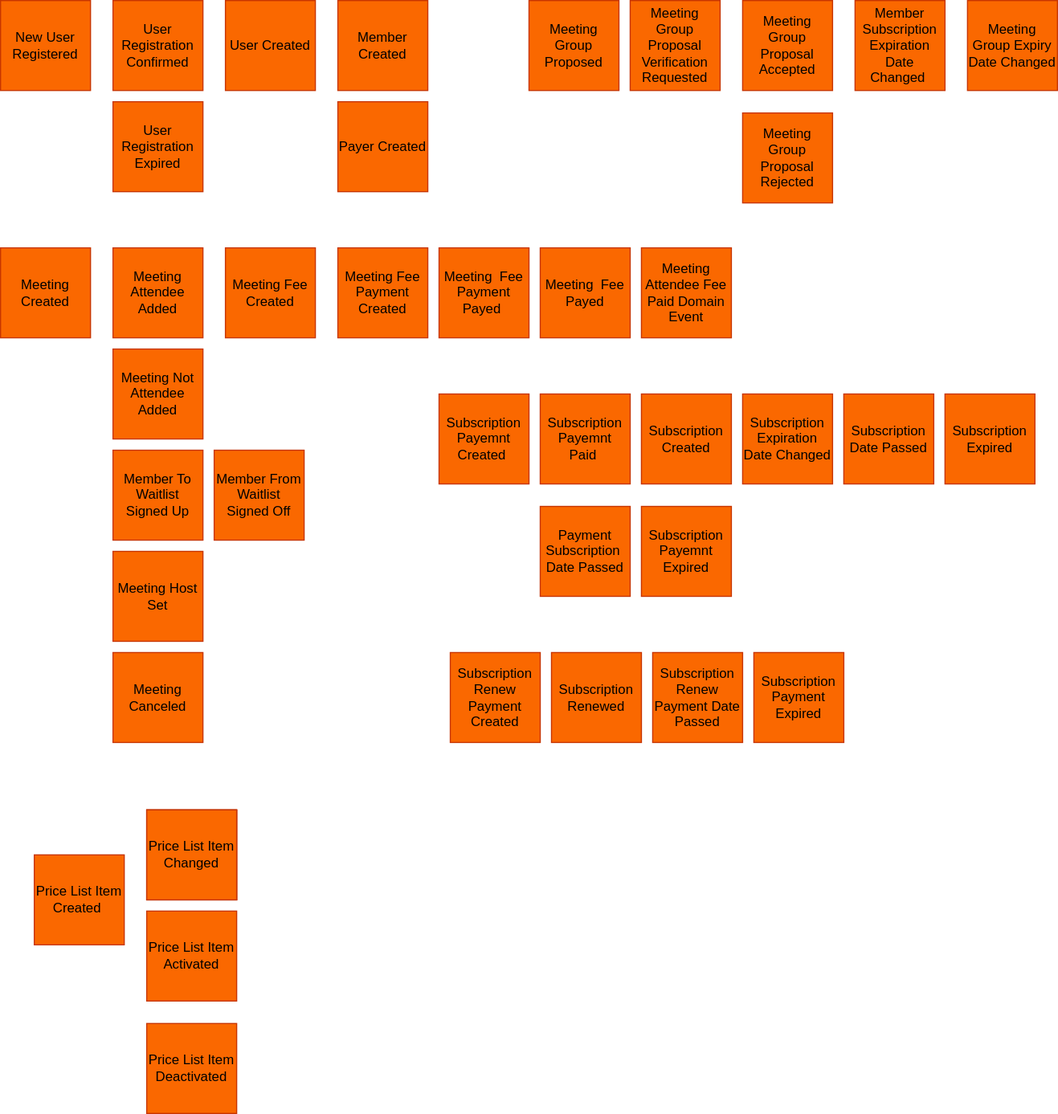
The draw.io diagram Images/EventStorming/1_排事件.svg in ephebe/EventStormingPractice, before a commit. Source tidied: cells renumbered, new cells last; positions are measured from the earlier drawing's top-left corner, leaving out a move shared by most shapes.
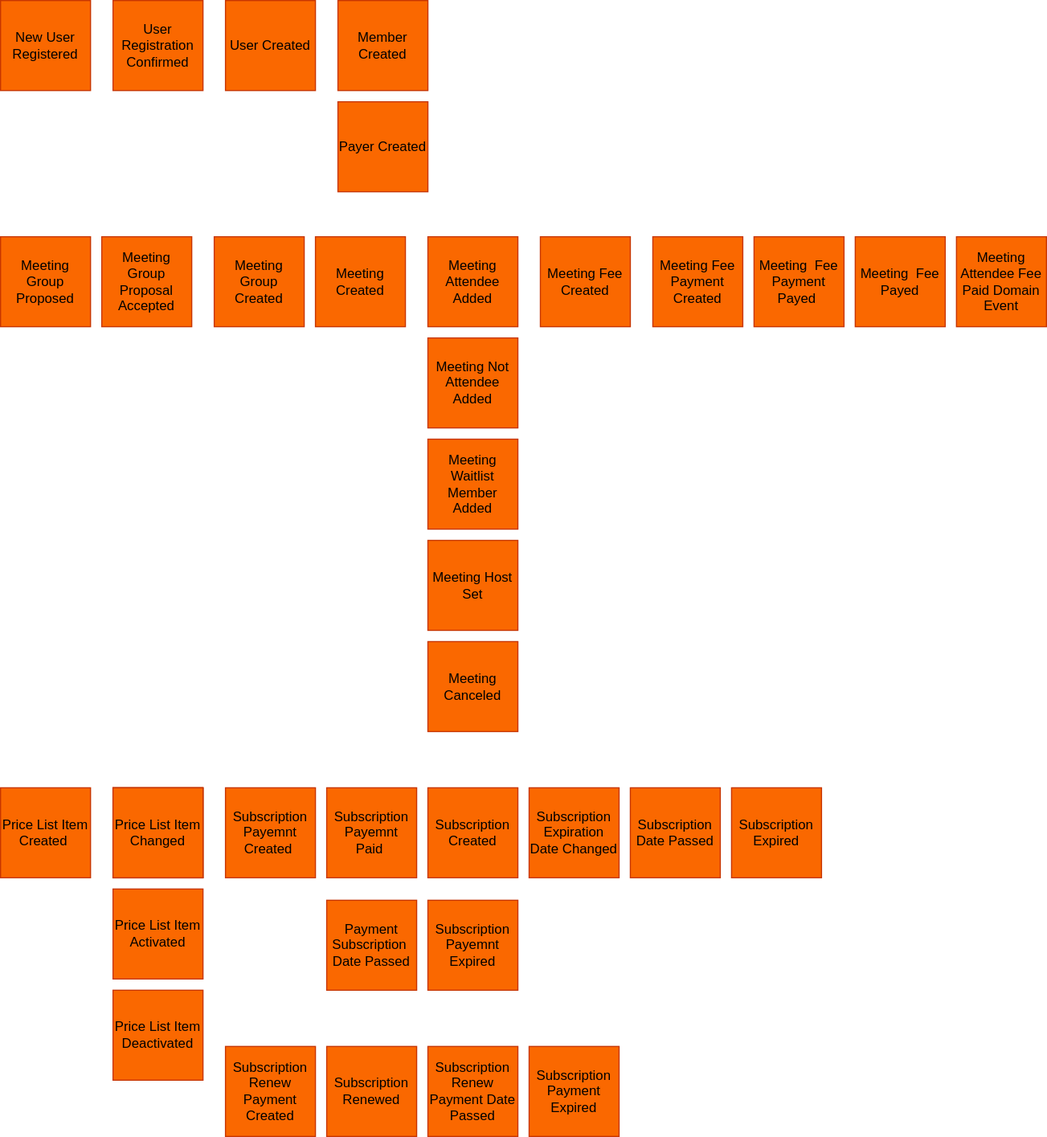
The same file after the commit.

Change to the diagram source:
```diff
@@ -8,125 +8,110 @@
     <mxCell id="3" value="&lt;span style=&quot;color: rgb(0 , 0 , 0)&quot;&gt;User Registration Confirmed&lt;/span&gt;" style="whiteSpace=wrap;html=1;fontColor=#000000;fillColor=#fa6800;strokeColor=#C73500;" parent="1" vertex="1">
       <mxGeometry x="100" width="80" height="80" as="geometry" />
     </mxCell>
-    <mxCell id="4" value="&lt;span style=&quot;color: rgb(0 , 0 , 0)&quot;&gt;User Registration Expired&lt;/span&gt;" style="whiteSpace=wrap;html=1;fontColor=#000000;fillColor=#fa6800;strokeColor=#C73500;" parent="1" vertex="1">
-      <mxGeometry x="100" y="90" width="80" height="80" as="geometry" />
-    </mxCell>
     <mxCell id="5" value="&lt;span style=&quot;color: rgb(0 , 0 , 0)&quot;&gt;User Created&lt;/span&gt;" style="whiteSpace=wrap;html=1;fontColor=#000000;fillColor=#fa6800;strokeColor=#C73500;" parent="1" vertex="1">
       <mxGeometry x="200" width="80" height="80" as="geometry" />
     </mxCell>
     <mxCell id="6" value="&lt;span style=&quot;color: rgb(0 , 0 , 0)&quot;&gt;Meeting Created&lt;/span&gt;" style="whiteSpace=wrap;html=1;fontColor=#000000;fillColor=#fa6800;strokeColor=#C73500;" parent="1" vertex="1">
-      <mxGeometry y="220" width="80" height="80" as="geometry" />
+      <mxGeometry x="280" y="210" width="80" height="80" as="geometry" />
     </mxCell>
-    <mxCell id="7" value="&lt;span style=&quot;color: rgb(0 , 0 , 0)&quot;&gt;Meeting Group Proposal Verification Requested&lt;/span&gt;" style="whiteSpace=wrap;html=1;fontColor=#000000;fillColor=#fa6800;strokeColor=#C73500;" parent="1" vertex="1">
-      <mxGeometry x="560" width="80" height="80" as="geometry" />
-    </mxCell>
     <mxCell id="8" value="&lt;span style=&quot;color: rgb(0 , 0 , 0)&quot;&gt;Meeting Group Proposal Accepted&lt;/span&gt;" style="whiteSpace=wrap;html=1;fontColor=#000000;fillColor=#fa6800;strokeColor=#C73500;" parent="1" vertex="1">
-      <mxGeometry x="660" width="80" height="80" as="geometry" />
+      <mxGeometry x="90" y="210" width="80" height="80" as="geometry" />
     </mxCell>
-    <mxCell id="9" value="&lt;span style=&quot;color: rgb(0 , 0 , 0)&quot;&gt;Meeting Group Proposal Rejected&lt;/span&gt;" style="whiteSpace=wrap;html=1;fontColor=#000000;fillColor=#fa6800;strokeColor=#C73500;" parent="1" vertex="1">
-      <mxGeometry x="660" y="100" width="80" height="80" as="geometry" />
-    </mxCell>
     <mxCell id="10" value="&lt;span style=&quot;color: rgb(0 , 0 , 0)&quot;&gt;Member Created&lt;/span&gt;" style="whiteSpace=wrap;html=1;fontColor=#000000;fillColor=#fa6800;strokeColor=#C73500;" parent="1" vertex="1">
       <mxGeometry x="300" width="80" height="80" as="geometry" />
     </mxCell>
     <mxCell id="11" value="&lt;span style=&quot;color: rgb(0 , 0 , 0)&quot;&gt;Meeting Attendee Added&lt;/span&gt;" style="whiteSpace=wrap;html=1;fillColor=#fa6800;fontColor=#000000;strokeColor=#C73500;" parent="1" vertex="1">
-      <mxGeometry x="100" y="220" width="80" height="80" as="geometry" />
+      <mxGeometry x="380" y="210" width="80" height="80" as="geometry" />
     </mxCell>
-    <mxCell id="12" value="&lt;span style=&quot;color: rgb(0 , 0 , 0)&quot;&gt;Member To Waitlist Signed Up&lt;/span&gt;" style="whiteSpace=wrap;html=1;fillColor=#fa6800;fontColor=#000000;strokeColor=#C73500;" parent="1" vertex="1">
-      <mxGeometry x="100" y="400" width="80" height="80" as="geometry" />
+    <mxCell id="12" value="Meeting&lt;br&gt;Waitlist&lt;br&gt;Member&lt;br&gt;Added" style="whiteSpace=wrap;html=1;fillColor=#fa6800;fontColor=#000000;strokeColor=#C73500;" parent="1" vertex="1">
+      <mxGeometry x="380" y="390" width="80" height="80" as="geometry" />
     </mxCell>
-    <mxCell id="13" value="&lt;span style=&quot;color: rgb(0 , 0 , 0)&quot;&gt;Member From Waitlist Signed Off&lt;/span&gt;" style="whiteSpace=wrap;html=1;fillColor=#fa6800;fontColor=#000000;strokeColor=#C73500;" parent="1" vertex="1">
-      <mxGeometry x="190" y="400" width="80" height="80" as="geometry" />
-    </mxCell>
     <mxCell id="14" value="&lt;span style=&quot;color: rgb(0 , 0 , 0)&quot;&gt;Meeting Not Attendee Added&lt;/span&gt;" style="whiteSpace=wrap;html=1;fillColor=#fa6800;fontColor=#000000;strokeColor=#C73500;" parent="1" vertex="1">
-      <mxGeometry x="100" y="310" width="80" height="80" as="geometry" />
+      <mxGeometry x="380" y="300" width="80" height="80" as="geometry" />
     </mxCell>
     <mxCell id="15" value="&lt;span style=&quot;color: rgb(0 , 0 , 0)&quot;&gt;Meeting Host Set&lt;/span&gt;" style="whiteSpace=wrap;html=1;fillColor=#fa6800;fontColor=#000000;strokeColor=#C73500;" parent="1" vertex="1">
-      <mxGeometry x="100" y="490" width="80" height="80" as="geometry" />
+      <mxGeometry x="380" y="480" width="80" height="80" as="geometry" />
     </mxCell>
     <mxCell id="16" value="&lt;span style=&quot;color: rgb(0 , 0 , 0)&quot;&gt;Meeting Canceled&lt;/span&gt;" style="whiteSpace=wrap;html=1;fillColor=#fa6800;fontColor=#000000;strokeColor=#C73500;" parent="1" vertex="1">
-      <mxGeometry x="100" y="580" width="80" height="80" as="geometry" />
+      <mxGeometry x="380" y="570" width="80" height="80" as="geometry" />
     </mxCell>
     <mxCell id="17" value="&lt;span style=&quot;color: rgb(0 , 0 , 0)&quot;&gt;Payer Created&lt;/span&gt;" style="whiteSpace=wrap;html=1;fillColor=#fa6800;fontColor=#000000;strokeColor=#C73500;" parent="1" vertex="1">
       <mxGeometry x="300" y="90" width="80" height="80" as="geometry" />
     </mxCell>
     <mxCell id="18" value="&lt;span style=&quot;color: rgb(0 , 0 , 0)&quot;&gt;Meeting&amp;nbsp; Fee Payment Payed&amp;nbsp;&lt;/span&gt;" style="whiteSpace=wrap;html=1;fillColor=#fa6800;fontColor=#000000;strokeColor=#C73500;" parent="1" vertex="1">
-      <mxGeometry x="390" y="220" width="80" height="80" as="geometry" />
+      <mxGeometry x="670" y="210" width="80" height="80" as="geometry" />
     </mxCell>
     <mxCell id="19" value="&lt;span style=&quot;color: rgb(0 , 0 , 0)&quot;&gt;Meeting&amp;nbsp; Fee Payed&lt;/span&gt;" style="whiteSpace=wrap;html=1;fillColor=#fa6800;fontColor=#000000;strokeColor=#C73500;" parent="1" vertex="1">
-      <mxGeometry x="480" y="220" width="80" height="80" as="geometry" />
+      <mxGeometry x="760" y="210" width="80" height="80" as="geometry" />
     </mxCell>
     <mxCell id="20" value="&lt;span style=&quot;color: rgb(0 , 0 , 0)&quot;&gt;Meeting Group Proposed&lt;/span&gt;" style="whiteSpace=wrap;html=1;fillColor=#fa6800;fontColor=#000000;strokeColor=#C73500;" parent="1" vertex="1">
-      <mxGeometry x="470" width="80" height="80" as="geometry" />
+      <mxGeometry y="210" width="80" height="80" as="geometry" />
     </mxCell>
     <mxCell id="21" value="Meeting Fee Created" style="whiteSpace=wrap;html=1;fillColor=#fa6800;fontColor=#000000;strokeColor=#C73500;" parent="1" vertex="1">
-      <mxGeometry x="200" y="220" width="80" height="80" as="geometry" />
+      <mxGeometry x="480" y="210" width="80" height="80" as="geometry" />
     </mxCell>
     <mxCell id="22" value="Meeting Fee Payment Created" style="whiteSpace=wrap;html=1;fillColor=#fa6800;fontColor=#000000;strokeColor=#C73500;" parent="1" vertex="1">
-      <mxGeometry x="300" y="220" width="80" height="80" as="geometry" />
+      <mxGeometry x="580" y="210" width="80" height="80" as="geometry" />
     </mxCell>
     <mxCell id="23" value="Meeting Attendee Fee Paid Domain Event" style="whiteSpace=wrap;html=1;fillColor=#fa6800;fontColor=#000000;strokeColor=#C73500;" parent="1" vertex="1">
-      <mxGeometry x="570" y="220" width="80" height="80" as="geometry" />
+      <mxGeometry x="850" y="210" width="80" height="80" as="geometry" />
     </mxCell>
     <mxCell id="24" value="Subscription Payemnt Created&amp;nbsp;" style="whiteSpace=wrap;html=1;fillColor=#fa6800;fontColor=#000000;strokeColor=#C73500;" parent="1" vertex="1">
-      <mxGeometry x="390" y="350" width="80" height="80" as="geometry" />
+      <mxGeometry x="200" y="700" width="80" height="80" as="geometry" />
     </mxCell>
     <mxCell id="25" value="&lt;span style=&quot;color: rgb(0 , 0 , 0)&quot;&gt;Subscription Payemnt Paid&amp;nbsp;&lt;/span&gt;" style="whiteSpace=wrap;html=1;fillColor=#fa6800;fontColor=#000000;strokeColor=#C73500;" parent="1" vertex="1">
-      <mxGeometry x="480" y="350" width="80" height="80" as="geometry" />
+      <mxGeometry x="290" y="700" width="80" height="80" as="geometry" />
     </mxCell>
     <mxCell id="26" value="&lt;span style=&quot;color: rgb(0 , 0 , 0)&quot;&gt;Subscription Created&lt;/span&gt;" style="whiteSpace=wrap;html=1;fillColor=#fa6800;fontColor=#000000;strokeColor=#C73500;" parent="1" vertex="1">
-      <mxGeometry x="570" y="350" width="80" height="80" as="geometry" />
+      <mxGeometry x="380" y="700" width="80" height="80" as="geometry" />
     </mxCell>
     <mxCell id="27" value="&lt;span style=&quot;color: rgb(0 , 0 , 0)&quot;&gt;Subscription Expiration Date Changed&lt;/span&gt;" style="whiteSpace=wrap;html=1;fillColor=#fa6800;fontColor=#000000;strokeColor=#C73500;" parent="1" vertex="1">
-      <mxGeometry x="660" y="350" width="80" height="80" as="geometry" />
+      <mxGeometry x="470" y="700" width="80" height="80" as="geometry" />
     </mxCell>
     <mxCell id="28" value="&lt;span style=&quot;color: rgb(0 , 0 , 0)&quot;&gt;Subscription Renewed&lt;/span&gt;" style="whiteSpace=wrap;html=1;fillColor=#fa6800;fontColor=#000000;strokeColor=#C73500;" parent="1" vertex="1">
-      <mxGeometry x="490" y="580" width="80" height="80" as="geometry" />
+      <mxGeometry x="290" y="930" width="80" height="80" as="geometry" />
     </mxCell>
     <mxCell id="29" value="&lt;span style=&quot;color: rgb(0 , 0 , 0)&quot;&gt;Subscription Renew Payment Created&lt;/span&gt;" style="whiteSpace=wrap;html=1;fillColor=#fa6800;fontColor=#000000;strokeColor=#C73500;" parent="1" vertex="1">
-      <mxGeometry x="400" y="580" width="80" height="80" as="geometry" />
+      <mxGeometry x="200" y="930" width="80" height="80" as="geometry" />
     </mxCell>
     <mxCell id="30" value="&lt;span style=&quot;color: rgb(0 , 0 , 0)&quot;&gt;Subscription Date Passed&lt;/span&gt;" style="whiteSpace=wrap;html=1;fillColor=#fa6800;fontColor=#000000;strokeColor=#C73500;" parent="1" vertex="1">
-      <mxGeometry x="750" y="350" width="80" height="80" as="geometry" />
+      <mxGeometry x="560" y="700" width="80" height="80" as="geometry" />
     </mxCell>
     <mxCell id="31" value="&lt;span style=&quot;color: rgb(0 , 0 , 0)&quot;&gt;Subscription Expired&lt;/span&gt;" style="whiteSpace=wrap;html=1;fillColor=#fa6800;fontColor=#000000;strokeColor=#C73500;" parent="1" vertex="1">
-      <mxGeometry x="840" y="350" width="80" height="80" as="geometry" />
+      <mxGeometry x="650" y="700" width="80" height="80" as="geometry" />
     </mxCell>
     <mxCell id="32" value="Payment Subscription&lt;span style=&quot;color: rgb(0 , 0 , 0)&quot;&gt;&amp;nbsp;&lt;br&gt;Date Passed&lt;/span&gt;" style="whiteSpace=wrap;html=1;fillColor=#fa6800;fontColor=#000000;strokeColor=#C73500;" parent="1" vertex="1">
-      <mxGeometry x="480" y="450" width="80" height="80" as="geometry" />
+      <mxGeometry x="290" y="800" width="80" height="80" as="geometry" />
     </mxCell>
     <mxCell id="33" value="Subscription Payemnt Expired" style="whiteSpace=wrap;html=1;fillColor=#fa6800;fontColor=#000000;strokeColor=#C73500;" parent="1" vertex="1">
-      <mxGeometry x="570" y="450" width="80" height="80" as="geometry" />
+      <mxGeometry x="380" y="800" width="80" height="80" as="geometry" />
     </mxCell>
     <mxCell id="34" value="&lt;span style=&quot;color: rgb(0 , 0 , 0)&quot;&gt;Subscription Renew Payment Date Passed&lt;/span&gt;" style="whiteSpace=wrap;html=1;fillColor=#fa6800;fontColor=#000000;strokeColor=#C73500;" parent="1" vertex="1">
-      <mxGeometry x="580" y="580" width="80" height="80" as="geometry" />
+      <mxGeometry x="380" y="930" width="80" height="80" as="geometry" />
     </mxCell>
     <mxCell id="35" value="&lt;span style=&quot;color: rgb(0 , 0 , 0)&quot;&gt;Subscription Payment Expired&lt;/span&gt;" style="whiteSpace=wrap;html=1;fillColor=#fa6800;fontColor=#000000;strokeColor=#C73500;" parent="1" vertex="1">
-      <mxGeometry x="670" y="580" width="80" height="80" as="geometry" />
+      <mxGeometry x="470" y="930" width="80" height="80" as="geometry" />
     </mxCell>
-    <mxCell id="36" value="Member Subscription Expiration Date Changed&amp;nbsp;" style="whiteSpace=wrap;html=1;fillColor=#fa6800;fontColor=#000000;strokeColor=#C73500;" parent="1" vertex="1">
-      <mxGeometry x="760" width="80" height="80" as="geometry" />
-    </mxCell>
-    <mxCell id="37" value="Meeting Group Expiry Date Changed" style="whiteSpace=wrap;html=1;fillColor=#fa6800;fontColor=#000000;strokeColor=#C73500;" parent="1" vertex="1">
-      <mxGeometry x="860" width="80" height="80" as="geometry" />
-    </mxCell>
     <mxCell id="38" value="Price List Item Created&amp;nbsp;" style="whiteSpace=wrap;html=1;fillColor=#fa6800;fontColor=#000000;strokeColor=#C73500;" parent="1" vertex="1">
-      <mxGeometry x="30" y="760" width="80" height="80" as="geometry" />
+      <mxGeometry y="700" width="80" height="80" as="geometry" />
     </mxCell>
     <mxCell id="39" value="&lt;span style=&quot;color: rgb(0 , 0 , 0)&quot;&gt;Price List Item Changed&lt;/span&gt;" style="whiteSpace=wrap;html=1;fillColor=#fa6800;fontColor=#000000;strokeColor=#C73500;" parent="1" vertex="1">
-      <mxGeometry x="130" y="720" width="80" height="80" as="geometry" />
+      <mxGeometry x="100" y="700" width="80" height="80" as="geometry" />
     </mxCell>
     <mxCell id="40" value="&lt;span style=&quot;color: rgb(0 , 0 , 0)&quot;&gt;Price List Item Activated&lt;/span&gt;" style="whiteSpace=wrap;html=1;fillColor=#fa6800;fontColor=#000000;strokeColor=#C73500;" parent="1" vertex="1">
-      <mxGeometry x="130" y="810" width="80" height="80" as="geometry" />
+      <mxGeometry x="100" y="790" width="80" height="80" as="geometry" />
     </mxCell>
     <mxCell id="41" value="Price List Item Deactivated" style="whiteSpace=wrap;html=1;fillColor=#fa6800;fontColor=#000000;strokeColor=#C73500;" parent="1" vertex="1">
-      <mxGeometry x="130" y="910" width="80" height="80" as="geometry" />
+      <mxGeometry x="100" y="880" width="80" height="80" as="geometry" />
     </mxCell>
     <mxCell id="42" value="&lt;span style=&quot;color: rgb(0 , 0 , 0)&quot;&gt;Price List Item Changed&lt;/span&gt;" style="whiteSpace=wrap;html=1;fillColor=#fa6800;fontColor=#000000;strokeColor=#C73500;" parent="1" vertex="1">
-      <mxGeometry x="130" y="720" width="80" height="80" as="geometry" />
+      <mxGeometry x="100" y="700" width="80" height="80" as="geometry" />
     </mxCell>
     <mxCell id="43" value="&lt;span style=&quot;color: rgb(0 , 0 , 0)&quot;&gt;Price List Item Changed&lt;/span&gt;" style="whiteSpace=wrap;html=1;fillColor=#fa6800;fontColor=#000000;strokeColor=#C73500;" parent="1" vertex="1">
-      <mxGeometry x="130" y="720" width="80" height="80" as="geometry" />
+      <mxGeometry x="100" y="700" width="80" height="80" as="geometry" />
     </mxCell>
+    <mxCell id="44" value="Meeting&lt;br&gt;Group&lt;br&gt;Created" style="whiteSpace=wrap;html=1;fillColor=#fa6800;fontColor=#000000;strokeColor=#C73500;" parent="1" vertex="1">
+      <mxGeometry x="190" y="210" width="80" height="80" as="geometry" />
+    </mxCell>
   </root>
 </mxGraphModel>
```
